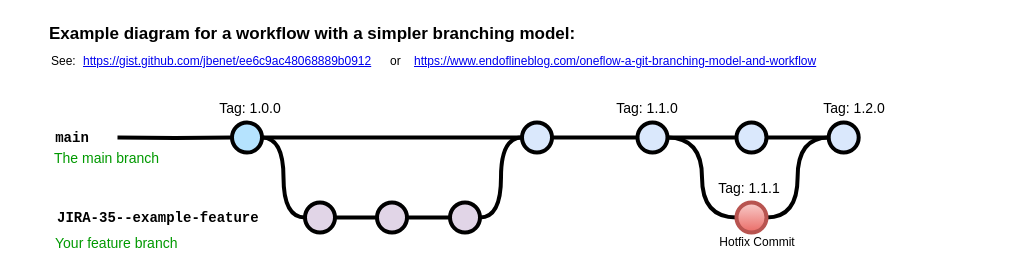
Earlier version of the draw.io diagram 제목 없는 다이어그램.drawio (udidcs/make-frontpage-project). Source tidied: cells renumbered, new cells numbered last; positions are measured from the earlier drawing's top-left corner, leaving out a move shared by most shapes. Both pictures are drawn from the tidied source at 100%, with x=0, y=0 at pixel (47, 17).
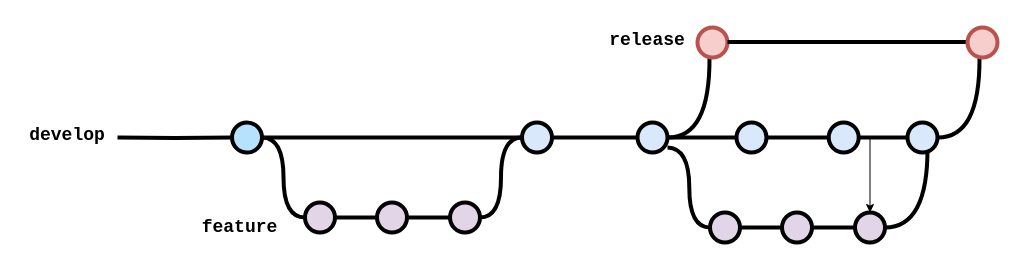
After the change.

Unchanged cells that the change refers to:
```xml
<mxCell id="12" style="verticalLabelPosition=bottom;verticalAlign=top;html=1;strokeWidth=4;shape=mxgraph.flowchart.on-page_reference;plain-blue;gradientColor=none;strokeColor=#000000;" parent="1" vertex="1">
  <mxGeometry x="590" y="105" width="30" height="30" as="geometry" />
</mxCell>
<mxCell id="15" style="verticalLabelPosition=bottom;verticalAlign=top;html=1;strokeWidth=4;shape=mxgraph.flowchart.on-page_reference;plain-blue;gradientColor=none;strokeColor=#000000;" parent="1" vertex="1">
  <mxGeometry x="781.2" y="105" width="30" height="30" as="geometry" />
</mxCell>
```

Diff of the diagram source:
```diff
@@
-    <mxCell id="2" value="Example diagram for a workflow with a simpler branching model:" style="text;whiteSpace=wrap;html=1;fontStyle=1;fontSize=17;" parent="1" vertex="1">
-      <mxGeometry width="542.2" height="30" as="geometry" />
-    </mxCell>
-    <mxCell id="3" value="&lt;a href=&quot;https://gist.github.com/jbenet/ee6c9ac48068889b0912&quot;&gt;https://gist.github.com/jbenet/ee6c9ac48068889b0912&lt;/a&gt;" style="text;whiteSpace=wrap;html=1;" parent="1" vertex="1">
-      <mxGeometry x="34.2" y="30" width="298" height="20" as="geometry" />
-    </mxCell>
-    <mxCell id="4" value="See:" style="text;whiteSpace=wrap;html=1;" parent="1" vertex="1">
-      <mxGeometry x="1.5" y="30" width="32.8" height="20" as="geometry" />
-    </mxCell>
@@
-    <mxCell id="11" style="edgeStyle=orthogonalEdgeStyle;curved=1;rounded=0;jettySize=auto;html=1;endArrow=none;endFill=0;strokeWidth=4;fontFamily=Courier New;fontSize=16;entryX=0;entryY=0.5;entryDx=0;entryDy=0;entryPerimeter=0;" parent="1" edge="1" source="12" target="32">
-      <mxGeometry relative="1" as="geometry" />
-    </mxCell>
@@
-    <mxCell id="17" value="main" style="text;html=1;strokeColor=none;fillColor=none;align=center;verticalAlign=middle;whiteSpace=wrap;overflow=hidden;fontSize=14;fontStyle=1;fontFamily=Courier New;" parent="1" vertex="1">
-      <mxGeometry y="110" width="50" height="20" as="geometry" />
+    <mxCell id="17" value="&lt;font style=&quot;font-size: 18px;&quot;&gt;develop&lt;/font&gt;" style="text;html=1;strokeColor=none;fillColor=none;align=center;verticalAlign=middle;whiteSpace=wrap;overflow=hidden;fontSize=14;fontStyle=1;fontFamily=Courier New;" parent="1" vertex="1">
+      <mxGeometry x="-30" y="100" width="100" height="35" as="geometry" />
     </mxCell>
@@
-    <mxCell id="24" value="JIRA-35--example-feature" style="text;html=1;strokeColor=none;fillColor=none;align=left;verticalAlign=middle;whiteSpace=wrap;overflow=hidden;fontSize=14;fontStyle=1;fontFamily=Courier New;" parent="1" vertex="1">
-      <mxGeometry x="7.5" y="190" width="240" height="20" as="geometry" />
-    </mxCell>
-    <mxCell id="25" value="The main branch&lt;br&gt;" style="text;html=1;strokeColor=none;fillColor=none;align=left;verticalAlign=middle;whiteSpace=wrap;overflow=hidden;fontSize=14;fontStyle=0;fontColor=#009900;" parent="1" vertex="1">
-      <mxGeometry x="5.2" y="130" width="132.2" height="20" as="geometry" />
-    </mxCell>
-    <mxCell id="26" value="Your feature branch" style="text;html=1;strokeColor=none;fillColor=none;align=left;verticalAlign=middle;whiteSpace=wrap;overflow=hidden;fontSize=14;fontStyle=0;fontColor=#009900;" parent="1" vertex="1">
-      <mxGeometry x="6.2" y="215" width="202.2" height="20" as="geometry" />
-    </mxCell>
-    <mxCell id="27" value="Tag: 1.0.0" style="text;html=1;strokeColor=none;fillColor=none;align=center;verticalAlign=middle;whiteSpace=wrap;overflow=hidden;fontSize=14;" parent="1" vertex="1">
-      <mxGeometry x="168.4" y="80" width="70" height="20" as="geometry" />
-    </mxCell>
-    <mxCell id="28" value="Tag: 1.1.0" style="text;html=1;strokeColor=none;fillColor=none;align=center;verticalAlign=middle;whiteSpace=wrap;overflow=hidden;fontSize=14;" parent="1" vertex="1">
-      <mxGeometry x="564.5" y="80" width="70" height="20" as="geometry" />
-    </mxCell>
-    <mxCell id="29" value="&lt;a href=&quot;https://www.endoflineblog.com/oneflow-a-git-branching-model-and-workflow&quot;&gt;https://www.endoflineblog.com/oneflow-a-git-branching-model-and-workflow&lt;/a&gt;" style="text;whiteSpace=wrap;html=1;" parent="1" vertex="1">
-      <mxGeometry x="364.5" y="30" width="413.8" height="20" as="geometry" />
-    </mxCell>
-    <mxCell id="30" value="or" style="text;whiteSpace=wrap;html=1;" parent="1" vertex="1">
-      <mxGeometry x="340.6" y="30" width="11.6" height="20" as="geometry" />
-    </mxCell>
-    <mxCell id="31" style="edgeStyle=orthogonalEdgeStyle;curved=1;rounded=0;jettySize=auto;html=1;endArrow=none;endFill=0;strokeWidth=4;fontFamily=Courier New;fontSize=16;entryX=0;entryY=0.5;entryDx=0;entryDy=0;entryPerimeter=0;" parent="1" edge="1" source="32" target="15">
-      <mxGeometry relative="1" as="geometry" />
-    </mxCell>
-    <mxCell id="32" style="verticalLabelPosition=bottom;verticalAlign=top;html=1;strokeWidth=4;shape=mxgraph.flowchart.on-page_reference;plain-blue;gradientColor=#EA6B66;strokeColor=#B85450;fillColor=#F8CECC;" parent="1" vertex="1">
-      <mxGeometry x="689" y="185" width="30" height="30" as="geometry" />
-    </mxCell>
-    <mxCell id="33" value="Hotfix Commit" style="text;html=1;strokeColor=none;fillColor=none;align=center;verticalAlign=middle;whiteSpace=wrap;overflow=hidden;" parent="1" vertex="1">
-      <mxGeometry x="669.5" y="210" width="80" height="30" as="geometry" />
-    </mxCell>
-    <mxCell id="34" value="Tag: 1.1.1" style="text;html=1;strokeColor=none;fillColor=none;align=center;verticalAlign=middle;whiteSpace=wrap;overflow=hidden;fontSize=14;" parent="1" vertex="1">
-      <mxGeometry x="666.8" y="160" width="70" height="20" as="geometry" />
-    </mxCell>
-    <mxCell id="35" value="Tag: 1.2.0" style="text;html=1;strokeColor=none;fillColor=none;align=center;verticalAlign=middle;whiteSpace=wrap;overflow=hidden;fontSize=14;" parent="1" vertex="1">
-      <mxGeometry x="772.2" y="80" width="70" height="20" as="geometry" />
-    </mxCell>
+    <mxCell id="36" style="edgeStyle=orthogonalEdgeStyle;curved=1;rounded=0;html=1;exitX=1;exitY=0.5;exitPerimeter=0;entryX=0;entryY=0.5;entryPerimeter=0;endArrow=none;endFill=0;jettySize=auto;orthogonalLoop=1;strokeWidth=4;fontSize=15;" parent="1" edge="1">
+      <mxGeometry relative="1" as="geometry">
+        <mxPoint x="620" y="120" as="sourcePoint" />
+        <mxPoint x="662" y="40" as="targetPoint" />
+      </mxGeometry>
+    </mxCell>
+    <mxCell id="37" style="verticalLabelPosition=bottom;verticalAlign=top;html=1;strokeWidth=4;shape=mxgraph.flowchart.on-page_reference;strokeColor=#b85450;fillColor=#f8cecc;" parent="1" vertex="1">
+      <mxGeometry x="650" y="10" width="30" height="30" as="geometry" />
+    </mxCell>
+    <mxCell id="38" style="edgeStyle=orthogonalEdgeStyle;curved=1;rounded=0;html=1;exitX=1;exitY=0.5;exitPerimeter=0;entryX=0;entryY=0.5;entryPerimeter=0;endArrow=none;endFill=0;jettySize=auto;strokeWidth=4;fontSize=15;" parent="1" edge="1" target="40">
+      <mxGeometry relative="1" as="geometry">
+        <mxPoint x="620" y="130" as="sourcePoint" />
+      </mxGeometry>
+    </mxCell>
+    <mxCell id="39" style="edgeStyle=orthogonalEdgeStyle;curved=1;rounded=0;html=1;exitX=1;exitY=0.5;exitPerimeter=0;entryX=0;entryY=0.5;entryPerimeter=0;endArrow=none;endFill=0;jettySize=auto;strokeWidth=4;fontSize=15;" parent="1" edge="1" source="40" target="42">
+      <mxGeometry relative="1" as="geometry" />
+    </mxCell>
+    <mxCell id="40" style="verticalLabelPosition=bottom;verticalAlign=top;html=1;strokeWidth=4;shape=mxgraph.flowchart.on-page_reference;plain-purple;gradientColor=none;strokeColor=#000000;" parent="1" vertex="1">
+      <mxGeometry x="662.5" y="195" width="30" height="30" as="geometry" />
+    </mxCell>
+    <mxCell id="41" style="edgeStyle=orthogonalEdgeStyle;curved=1;rounded=0;html=1;exitX=1;exitY=0.5;exitPerimeter=0;entryX=0;entryY=0.5;entryPerimeter=0;endArrow=none;endFill=0;jettySize=auto;strokeWidth=4;fontSize=15;" parent="1" edge="1" source="42" target="44">
+      <mxGeometry relative="1" as="geometry" />
+    </mxCell>
+    <mxCell id="42" style="verticalLabelPosition=bottom;verticalAlign=top;html=1;strokeWidth=4;shape=mxgraph.flowchart.on-page_reference;plain-purple;gradientColor=none;strokeColor=#000000;" parent="1" vertex="1">
+      <mxGeometry x="734.5" y="195" width="30" height="30" as="geometry" />
+    </mxCell>
+    <mxCell id="43" style="edgeStyle=orthogonalEdgeStyle;curved=1;rounded=0;html=1;exitX=1;exitY=0.5;exitPerimeter=0;entryX=0;entryY=0.5;entryPerimeter=0;endArrow=none;endFill=0;jettySize=auto;strokeWidth=4;fontSize=15;" parent="1" edge="1" source="44">
+      <mxGeometry relative="1" as="geometry">
+        <mxPoint x="880" y="130" as="targetPoint" />
+      </mxGeometry>
+    </mxCell>
+    <mxCell id="44" style="verticalLabelPosition=bottom;verticalAlign=top;html=1;strokeWidth=4;shape=mxgraph.flowchart.on-page_reference;plain-purple;gradientColor=none;strokeColor=#000000;" parent="1" vertex="1">
+      <mxGeometry x="807.5" y="195" width="30" height="30" as="geometry" />
+    </mxCell>
+    <mxCell id="45" style="edgeStyle=orthogonalEdgeStyle;rounded=0;jettySize=auto;html=1;" parent="1" edge="1" source="46" target="44">
+      <mxGeometry relative="1" as="geometry" />
+    </mxCell>
+    <mxCell id="46" style="verticalLabelPosition=bottom;verticalAlign=top;html=1;strokeWidth=4;shape=mxgraph.flowchart.on-page_reference;plain-blue;gradientColor=none;strokeColor=#000000;" parent="1" vertex="1">
+      <mxGeometry x="860" y="105" width="30" height="30" as="geometry" />
+    </mxCell>
+    <mxCell id="47" style="edgeStyle=orthogonalEdgeStyle;curved=1;rounded=0;jettySize=auto;html=1;endArrow=none;endFill=0;strokeWidth=4;fontFamily=Courier New;fontSize=16;exitX=0.958;exitY=0.5;exitDx=0;exitDy=0;exitPerimeter=0;" parent="1" edge="1" source="15">
+      <mxGeometry relative="1" as="geometry">
+        <mxPoint x="860" y="120" as="targetPoint" />
+      </mxGeometry>
+    </mxCell>
+    <mxCell id="48" style="edgeStyle=orthogonalEdgeStyle;curved=1;rounded=0;html=1;exitX=1;exitY=0.5;exitPerimeter=0;entryX=0;entryY=0.5;entryPerimeter=0;endArrow=none;endFill=0;jettySize=auto;orthogonalLoop=1;strokeWidth=4;fontSize=15;" parent="1" edge="1">
+      <mxGeometry relative="1" as="geometry">
+        <mxPoint x="890" y="120" as="sourcePoint" />
+        <mxPoint x="932" y="40" as="targetPoint" />
+      </mxGeometry>
+    </mxCell>
+    <mxCell id="49" style="edgeStyle=orthogonalEdgeStyle;rounded=0;html=1;jettySize=auto;plain-blue;endArrow=none;endFill=0;strokeWidth=4;strokeColor=#000000;" parent="1" edge="1" target="50">
+      <mxGeometry x="304.5" y="180" as="geometry">
+        <mxPoint x="680" y="24.5" as="sourcePoint" />
+      </mxGeometry>
+    </mxCell>
+    <mxCell id="50" style="verticalLabelPosition=bottom;verticalAlign=top;html=1;strokeWidth=4;shape=mxgraph.flowchart.on-page_reference;strokeColor=#b85450;fillColor=#f8cecc;" parent="1" vertex="1">
+      <mxGeometry x="920" y="10" width="30" height="30" as="geometry" />
+    </mxCell>
+    <mxCell id="51" value="&lt;font style=&quot;font-size: 18px;&quot;&gt;feature&lt;/font&gt;" style="text;html=1;strokeColor=none;fillColor=none;align=center;verticalAlign=middle;whiteSpace=wrap;overflow=hidden;fontSize=14;fontStyle=1;fontFamily=Courier New;" parent="1" vertex="1">
+      <mxGeometry x="150" y="195" width="84.5" height="30" as="geometry" />
+    </mxCell>
+    <mxCell id="52" value="&lt;font style=&quot;font-size: 18px;&quot;&gt;release&lt;/font&gt;" style="text;html=1;strokeColor=none;fillColor=none;align=center;verticalAlign=middle;whiteSpace=wrap;overflow=hidden;fontSize=14;fontStyle=1;fontFamily=Courier New;" parent="1" vertex="1">
+      <mxGeometry x="550" y="10" width="100" height="20" as="geometry" />
+    </mxCell>
```
